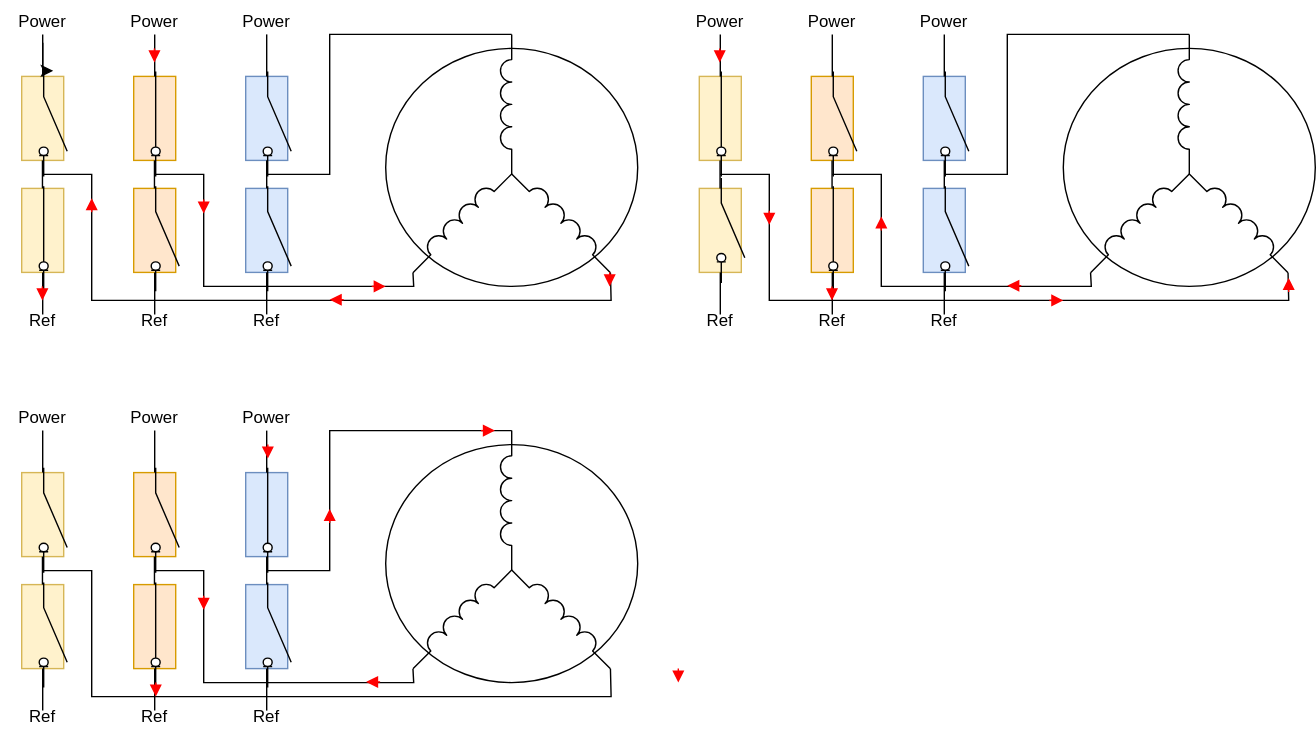
Above: 01-documentation/svg_files/esc_commutation_principle.drawio.svg in stephaneamans/ESC_Brushless (draw.io), before the change. Source tidied: cells renumbered, new cells last; positions are measured from the earlier drawing's top-left corner, leaving out a move shared by most shapes.
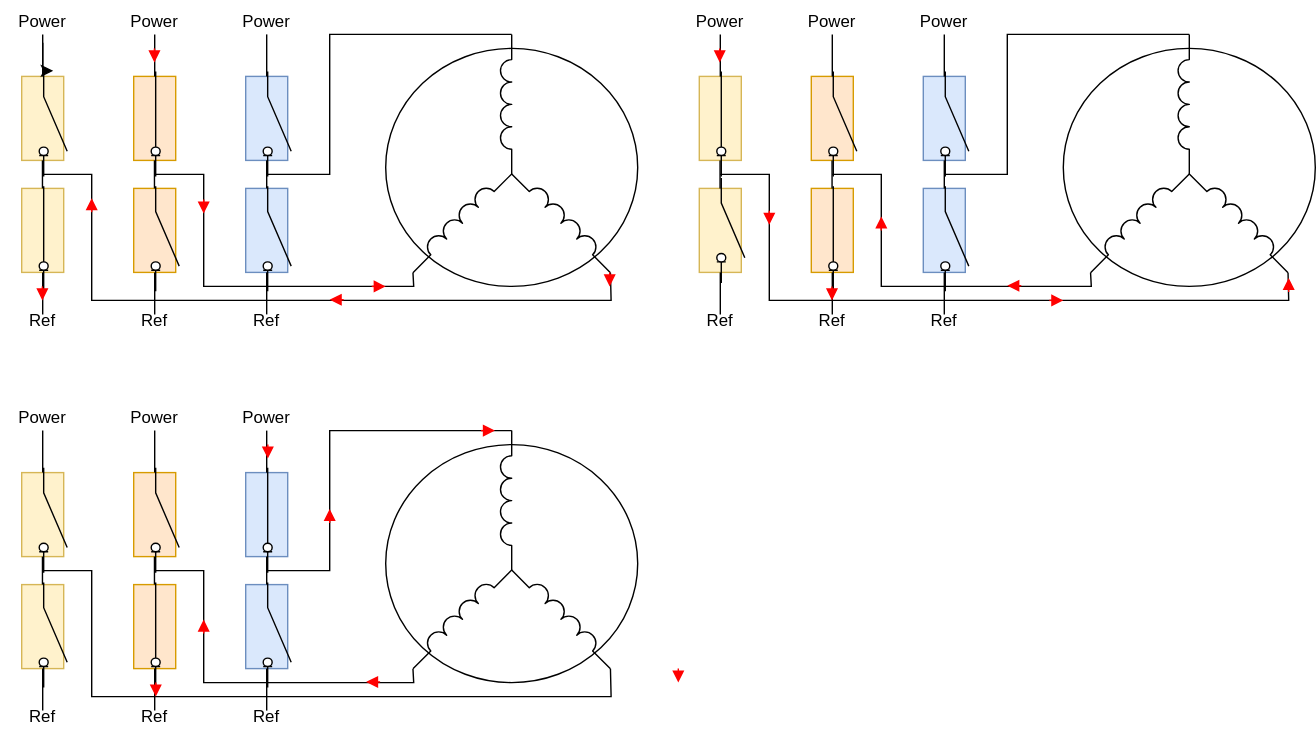
The same diagram one commit later.

Change to the diagram source:
```diff
@@ -533,12 +533,6 @@
         <mxPoint x="190.8" y="327" as="targetPoint" />
       </mxGeometry>
     </mxCell>
-    <mxCell id="120" style="endArrow=block;html=1;rounded=0;strokeColor=#FF0000;endFill=1;" parent="1" edge="1">
-      <mxGeometry relative="1" as="geometry">
-        <mxPoint x="145" y="425" as="sourcePoint" />
-        <mxPoint x="145" y="435" as="targetPoint" />
-      </mxGeometry>
-    </mxCell>
     <mxCell id="121" style="endArrow=block;html=1;rounded=0;strokeColor=#FF0000;endFill=1;" parent="1" edge="1">
       <mxGeometry relative="1" as="geometry">
         <mxPoint x="484" y="477" as="sourcePoint" />
@@ -569,5 +563,11 @@
         <mxPoint x="235" y="363" as="targetPoint" />
       </mxGeometry>
     </mxCell>
+    <mxCell id="126" style="endArrow=block;html=1;rounded=0;strokeColor=#FF0000;endFill=1;" parent="1" edge="1">
+      <mxGeometry relative="1" as="geometry">
+        <mxPoint x="145" y="452" as="sourcePoint" />
+        <mxPoint x="145" y="442" as="targetPoint" />
+      </mxGeometry>
+    </mxCell>
   </root>
 </mxGraphModel>
```
